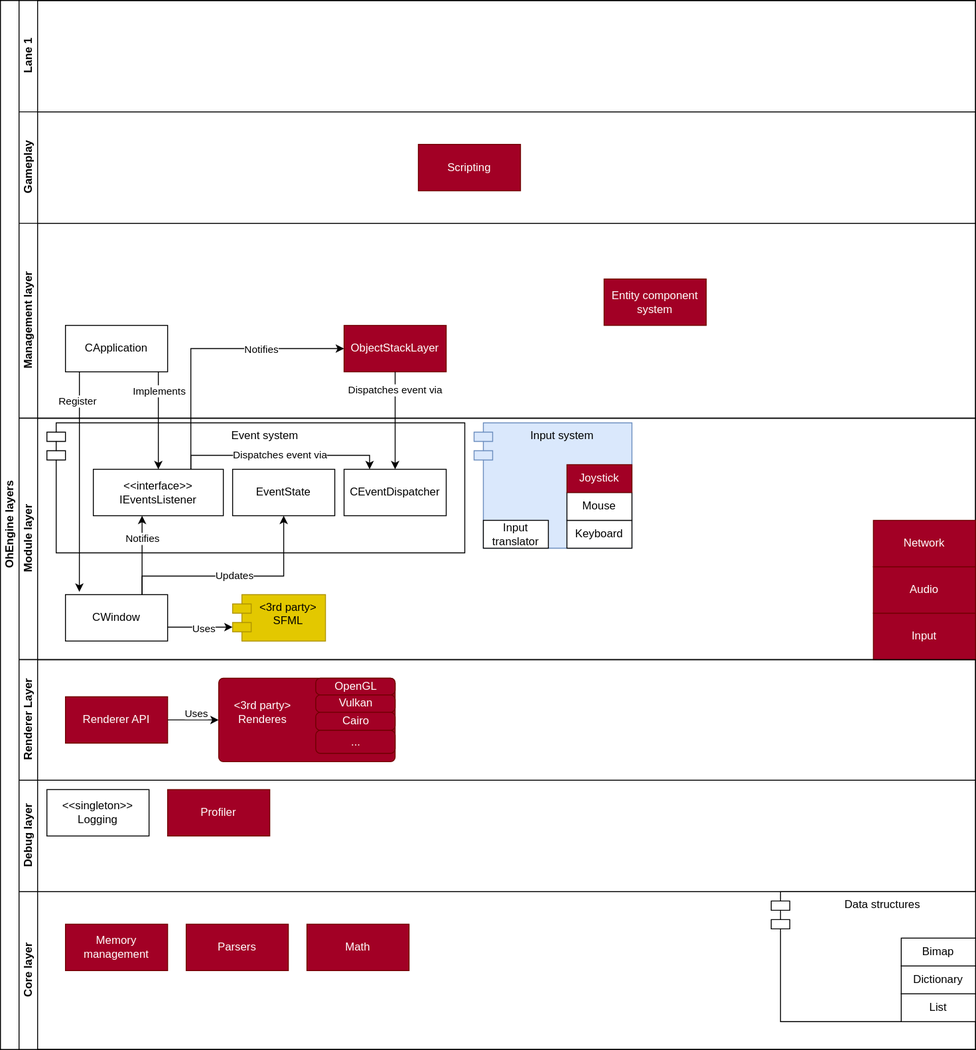
The draw.io diagram docs/LayerDiagram.svg in eHonnef/OhEngine, before a commit. Source tidied: cells renumbered, new cells last; positions are measured from the earlier drawing's top-left corner, leaving out a move shared by most shapes.
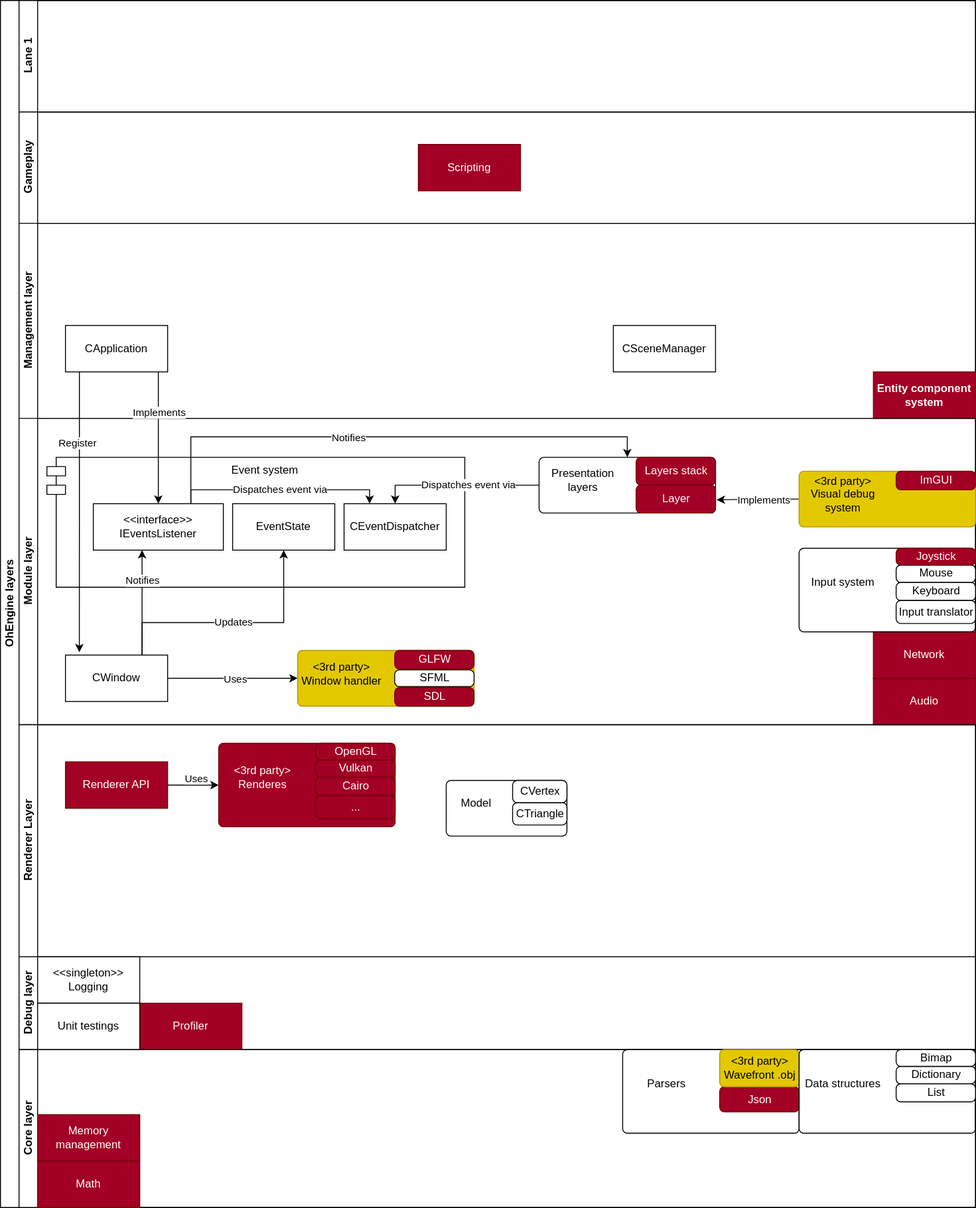
After the change.

Change to the diagram source:
```diff
@@ -5,3 +5,3 @@
     <mxCell id="2" value="OhEngine layers" style="swimlane;horizontal=0;startSize=20;html=1;" parent="1" vertex="1">
-      <mxGeometry width="1050" height="1130" as="geometry" />
+      <mxGeometry width="1050" height="1300" as="geometry" />
     </mxCell>
@@ -22,36 +22,22 @@
     </mxCell>
-    <mxCell id="8" value="Entity component system" style="html=1;whiteSpace=wrap;fillColor=#a20025;strokeColor=#6F0000;fontColor=#ffffff;" parent="6" vertex="1">
-      <mxGeometry x="630" y="60" width="110" height="50" as="geometry" />
+    <mxCell id="8" value="Entity component system" style="html=1;whiteSpace=wrap;fillColor=#a20025;strokeColor=#6F0000;fontColor=#ffffff;fontStyle=1;" parent="6" vertex="1">
+      <mxGeometry x="920" y="160" width="110" height="50" as="geometry" />
     </mxCell>
-    <mxCell id="9" value="ObjectStackLayer" style="html=1;whiteSpace=wrap;fillColor=#a20025;fontColor=#ffffff;strokeColor=#6F0000;" parent="6" vertex="1">
-      <mxGeometry x="350" y="110" width="110" height="50" as="geometry" />
-    </mxCell>
+    <mxCell id="58" value="CSceneManager" style="html=1;whiteSpace=wrap;" parent="6" vertex="1">
+      <mxGeometry x="640" y="110" width="110" height="50" as="geometry" />
+    </mxCell>
     <mxCell id="10" value="Module layer" style="swimlane;startSize=20;horizontal=0;html=1;" parent="2" vertex="1">
-      <mxGeometry x="20" y="450" width="1030" height="260" as="geometry" />
+      <mxGeometry x="20" y="450" width="1030" height="330" as="geometry" />
     </mxCell>
-    <mxCell id="11" style="edgeStyle=orthogonalEdgeStyle;rounded=0;jettySize=auto;html=1;entryX=0;entryY=0;entryDx=0;entryDy=35;entryPerimeter=0;" parent="10" edge="1" source="13" target="22">
-      <mxGeometry relative="1" as="geometry">
-        <Array as="points">
-          <mxPoint x="230" y="225" />
-          <mxPoint x="230" y="225" />
-        </Array>
-      </mxGeometry>
-    </mxCell>
-    <mxCell id="12" value="Uses" style="edgeLabel;html=1;align=center;verticalAlign=middle;" parent="11" vertex="1">
-      <mxGeometry x="0.09" y="-1" relative="1" as="geometry" />
-    </mxCell>
     <mxCell id="13" value="CWindow" style="html=1;whiteSpace=wrap;" parent="10" vertex="1">
-      <mxGeometry x="50" y="190" width="110" height="50" as="geometry" />
+      <mxGeometry x="50" y="255" width="110" height="50" as="geometry" />
     </mxCell>
-    <mxCell id="14" value="Input" style="html=1;whiteSpace=wrap;fillColor=#a20025;strokeColor=#6F0000;fontColor=#ffffff;" parent="10" vertex="1">
-      <mxGeometry x="920" y="210" width="110" height="50" as="geometry" />
-    </mxCell>
     <mxCell id="15" value="Audio" style="html=1;whiteSpace=wrap;fillColor=#a20025;strokeColor=#6F0000;fontColor=#ffffff;" parent="10" vertex="1">
-      <mxGeometry x="920" y="160" width="110" height="50" as="geometry" />
+      <mxGeometry x="920" y="280" width="110" height="50" as="geometry" />
     </mxCell>
     <mxCell id="16" value="Network" style="html=1;whiteSpace=wrap;fillColor=#a20025;strokeColor=#6F0000;fontColor=#ffffff;" parent="10" vertex="1">
-      <mxGeometry x="920" y="110" width="110" height="50" as="geometry" />
+      <mxGeometry x="920" y="230" width="110" height="50" as="geometry" />
     </mxCell>
     <mxCell id="17" value="Event system" style="shape=module;align=left;spacingLeft=20;align=center;verticalAlign=top;whiteSpace=wrap;html=1;" parent="10" vertex="1">
-      <mxGeometry x="30" y="5" width="450" height="140" as="geometry" />
+      <mxGeometry x="30" y="42" width="450" height="140" as="geometry" />
     </mxCell>
@@ -60,4 +46,4 @@
         <Array as="points">
-          <mxPoint x="185" y="40" />
-          <mxPoint x="378" y="40" />
+          <mxPoint x="185" y="77" />
+          <mxPoint x="378" y="77" />
         </Array>
@@ -66,3 +52,3 @@
     <mxCell id="19" value="&amp;lt;&amp;lt;interface&amp;gt;&amp;gt;&lt;br&gt;IEventsListener" style="html=1;whiteSpace=wrap;" parent="10" vertex="1">
-      <mxGeometry x="80" y="55" width="140" height="50" as="geometry" />
+      <mxGeometry x="80" y="92" width="140" height="50" as="geometry" />
     </mxCell>
@@ -77,9 +63,6 @@
     <mxCell id="21" value="CEventDispatcher" style="html=1;whiteSpace=wrap;" parent="10" vertex="1">
-      <mxGeometry x="350" y="55" width="110" height="50" as="geometry" />
+      <mxGeometry x="350" y="92" width="110" height="50" as="geometry" />
     </mxCell>
-    <mxCell id="22" value="&amp;lt;3rd party&amp;gt;&lt;br&gt;SFML" style="shape=module;align=left;spacingLeft=20;align=center;verticalAlign=top;whiteSpace=wrap;html=1;fillColor=#e3c800;fontColor=#000000;strokeColor=#B09500;" parent="10" vertex="1">
-      <mxGeometry x="230" y="190" width="100" height="50" as="geometry" />
-    </mxCell>
     <mxCell id="23" value="EventState" style="html=1;whiteSpace=wrap;" parent="10" vertex="1">
-      <mxGeometry x="230" y="55" width="110" height="50" as="geometry" />
+      <mxGeometry x="230" y="92" width="110" height="50" as="geometry" />
     </mxCell>
@@ -88,4 +71,4 @@
         <Array as="points">
-          <mxPoint x="133" y="170" />
-          <mxPoint x="285" y="170" />
+          <mxPoint x="133" y="220" />
+          <mxPoint x="285" y="220" />
         </Array>
@@ -93,19 +76,90 @@
     </mxCell>
+    <mxCell id="55" style="edgeStyle=orthogonalEdgeStyle;rounded=0;jettySize=auto;html=1;exitX=0.75;exitY=0;exitDx=0;exitDy=0;entryX=0.5;entryY=0;entryDx=0;entryDy=0;" parent="10" edge="1" source="19" target="65">
+      <mxGeometry relative="1" as="geometry">
+        <Array as="points">
+          <mxPoint x="185" y="20" />
+          <mxPoint x="655" y="20" />
+        </Array>
+      </mxGeometry>
+    </mxCell>
+    <mxCell id="56" value="Notifies" style="edgeLabel;html=1;align=center;verticalAlign=middle;" parent="55" vertex="1">
+      <mxGeometry x="0.29" y="-4" relative="1" as="geometry">
+        <mxPoint x="-122" y="-4" as="offset" />
+      </mxGeometry>
+    </mxCell>
+    <mxCell id="57" value="Dispatches event via" style="edgeStyle=orthogonalEdgeStyle;rounded=0;jettySize=auto;html=1;exitX=0;exitY=0.5;exitDx=0;exitDy=0;entryX=0.5;entryY=0;entryDx=0;entryDy=0;" parent="10" edge="1" source="65" target="21">
+      <mxGeometry x="-0.13" relative="1" as="geometry" />
+    </mxCell>
+    <mxCell id="11" style="edgeStyle=orthogonalEdgeStyle;rounded=0;jettySize=auto;html=1;entryX=0;entryY=0.5;entryDx=0;entryDy=0;" parent="10" edge="1" source="13" target="60">
+      <mxGeometry relative="1" as="geometry" />
+    </mxCell>
+    <mxCell id="12" value="Uses" style="edgeLabel;html=1;align=center;verticalAlign=middle;" parent="11" vertex="1">
+      <mxGeometry x="0.09" y="-1" relative="1" as="geometry">
+        <mxPoint x="-4" y="-1" as="offset" />
+      </mxGeometry>
+    </mxCell>
+    <mxCell id="59" style="rounded=1;absoluteArcSize=1;html=1;arcSize=10;fillColor=none;" parent="10" vertex="1">
+      <mxGeometry x="840" y="140" width="190" height="90" as="geometry" />
+    </mxCell>
-    <mxCell id="25" value="Input system" style="shape=module;align=left;spacingLeft=20;align=center;verticalAlign=top;whiteSpace=wrap;html=1;fillColor=#dae8fc;strokeColor=#6c8ebf;" parent="10" vertex="1">
-      <mxGeometry x="490" y="5" width="170" height="135" as="geometry" />
+    <mxCell id="25" value="Input system" style="html=1;shape=mxgraph.er.anchor;whiteSpace=wrap;fillColor=none;" parent="59" vertex="1">
+      <mxGeometry width="95" height="75" as="geometry" />
     </mxCell>
-    <mxCell id="26" value="Keyboard" style="html=1;whiteSpace=wrap;" parent="10" vertex="1">
-      <mxGeometry x="590" y="110" width="70" height="30" as="geometry" />
-    </mxCell>
-    <mxCell id="27" value="Mouse" style="html=1;whiteSpace=wrap;" parent="10" vertex="1">
-      <mxGeometry x="590" y="80" width="70" height="30" as="geometry" />
+    <mxCell id="27" value="Mouse" style="rounded=1;absoluteArcSize=1;html=1;arcSize=10;whiteSpace=wrap;" parent="59" vertex="1">
+      <mxGeometry x="104.5" y="18" width="85.5" height="18.7" as="geometry" />
     </mxCell>
-    <mxCell id="28" value="Joystick" style="html=1;whiteSpace=wrap;fillColor=#a20025;fontColor=#ffffff;strokeColor=#6F0000;" parent="10" vertex="1">
-      <mxGeometry x="590" y="50" width="70" height="30" as="geometry" />
+    <mxCell id="28" value="Joystick" style="rounded=1;absoluteArcSize=1;html=1;arcSize=10;whiteSpace=wrap;fillColor=#a20025;strokeColor=#6F0000;fontColor=#ffffff;" parent="59" vertex="1">
+      <mxGeometry x="104.5" width="85.5" height="18" as="geometry" />
     </mxCell>
+    <mxCell id="26" value="Keyboard" style="rounded=1;absoluteArcSize=1;html=1;arcSize=10;whiteSpace=wrap;" parent="59" vertex="1">
+      <mxGeometry x="104.5" y="36.7" width="85.5" height="19.5" as="geometry" />
+    </mxCell>
-    <mxCell id="29" value="Input translator" style="html=1;whiteSpace=wrap;" parent="10" vertex="1">
-      <mxGeometry x="500" y="110" width="70" height="30" as="geometry" />
+    <mxCell id="29" value="Input translator" style="rounded=1;absoluteArcSize=1;html=1;arcSize=10;whiteSpace=wrap;" parent="59" vertex="1">
+      <mxGeometry x="104.5" y="56.2" width="85.5" height="24.7" as="geometry" />
     </mxCell>
+    <mxCell id="60" style="rounded=1;absoluteArcSize=1;html=1;arcSize=10;fillColor=#e3c800;strokeColor=#B09500;fontColor=#000000;" parent="10" vertex="1">
+      <mxGeometry x="300" y="250" width="190" height="60" as="geometry" />
+    </mxCell>
+    <mxCell id="61" value="&amp;lt;3rd party&amp;gt;&lt;br&gt;Window handler" style="html=1;shape=mxgraph.er.anchor;whiteSpace=wrap;fontColor=#000000;" parent="60" vertex="1">
+      <mxGeometry width="95" height="50" as="geometry" />
+    </mxCell>
+    <mxCell id="62" value="SFML" style="rounded=1;absoluteArcSize=1;html=1;arcSize=10;whiteSpace=wrap;" parent="60" vertex="1">
+      <mxGeometry x="104.5" y="21" width="85.5" height="18" as="geometry" />
+    </mxCell>
+    <mxCell id="63" value="GLFW" style="rounded=1;absoluteArcSize=1;html=1;arcSize=10;whiteSpace=wrap;fillColor=#a20025;strokeColor=#6F0000;fontColor=#ffffff;" parent="60" vertex="1">
+      <mxGeometry x="104.5" width="85.5" height="20" as="geometry" />
+    </mxCell>
+    <mxCell id="64" value="SDL" style="rounded=1;absoluteArcSize=1;html=1;arcSize=10;whiteSpace=wrap;fillColor=#a20025;fontColor=#ffffff;strokeColor=#6F0000;" parent="60" vertex="1">
+      <mxGeometry x="104.5" y="40" width="85.5" height="20" as="geometry" />
+    </mxCell>
+    <mxCell id="65" style="rounded=1;absoluteArcSize=1;html=1;arcSize=10;fillColor=none;" parent="10" vertex="1">
+      <mxGeometry x="560" y="42" width="190" height="60" as="geometry" />
+    </mxCell>
+    <mxCell id="66" value="Presentation&lt;br&gt;layers" style="html=1;shape=mxgraph.er.anchor;whiteSpace=wrap;fillColor=none;" parent="65" vertex="1">
+      <mxGeometry width="95" height="50" as="geometry" />
+    </mxCell>
+    <mxCell id="67" value="Layers stack" style="rounded=1;absoluteArcSize=1;html=1;arcSize=10;whiteSpace=wrap;fillColor=#a20025;strokeColor=#6F0000;fontColor=#ffffff;" parent="65" vertex="1">
+      <mxGeometry x="104.5" width="85.5" height="30" as="geometry" />
+    </mxCell>
+    <mxCell id="68" value="Layer" style="rounded=1;absoluteArcSize=1;html=1;arcSize=10;whiteSpace=wrap;points=[];fillColor=#a20025;fontColor=#ffffff;strokeColor=#6F0000;" parent="65" vertex="1">
+      <mxGeometry x="104.5" y="30" width="85.5" height="30" as="geometry" />
+    </mxCell>
+    <mxCell id="69" style="edgeStyle=orthogonalEdgeStyle;rounded=0;jettySize=auto;html=1;entryX=1.014;entryY=0.528;entryDx=0;entryDy=0;entryPerimeter=0;" parent="10" edge="1" source="71" target="68">
+      <mxGeometry relative="1" as="geometry" />
+    </mxCell>
+    <mxCell id="70" value="Implements" style="edgeLabel;html=1;align=center;verticalAlign=middle;" parent="69" vertex="1">
+      <mxGeometry x="-0.28" y="-2" relative="1" as="geometry">
+        <mxPoint x="-7" y="2" as="offset" />
+      </mxGeometry>
+    </mxCell>
+    <mxCell id="71" style="rounded=1;absoluteArcSize=1;html=1;arcSize=10;fillColor=#e3c800;strokeColor=#B09500;fontColor=#000000;" parent="10" vertex="1">
+      <mxGeometry x="840" y="57" width="190" height="60" as="geometry" />
+    </mxCell>
+    <mxCell id="72" value="&amp;lt;3rd party&amp;gt;&lt;br&gt;Visual debug system" style="html=1;shape=mxgraph.er.anchor;whiteSpace=wrap;fontColor=#000000;" parent="71" vertex="1">
+      <mxGeometry width="95" height="50" as="geometry" />
+    </mxCell>
+    <mxCell id="73" value="ImGUI" style="rounded=1;absoluteArcSize=1;html=1;arcSize=10;whiteSpace=wrap;fillColor=#a20025;strokeColor=#6F0000;fontColor=#ffffff;" parent="71" vertex="1">
+      <mxGeometry x="104.5" width="85.5" height="20" as="geometry" />
+    </mxCell>
     <mxCell id="30" value="Renderer Layer" style="swimlane;startSize=20;horizontal=0;html=1;" parent="2" vertex="1">
-      <mxGeometry x="20" y="710" width="1030" height="130" as="geometry" />
+      <mxGeometry x="20" y="780" width="1030" height="250" as="geometry" />
     </mxCell>
@@ -140,35 +194,62 @@
     </mxCell>
+    <mxCell id="74" style="rounded=1;absoluteArcSize=1;html=1;arcSize=10;" parent="30" vertex="1">
+      <mxGeometry x="460" y="60" width="130" height="60" as="geometry" />
+    </mxCell>
+    <mxCell id="75" value="Model" style="html=1;shape=mxgraph.er.anchor;whiteSpace=wrap;" parent="74" vertex="1">
+      <mxGeometry width="65" height="50" as="geometry" />
+    </mxCell>
+    <mxCell id="76" value="CTriangle" style="rounded=1;absoluteArcSize=1;html=1;arcSize=10;whiteSpace=wrap;" parent="74" vertex="1">
+      <mxGeometry x="71.5" y="24" width="58.5" height="24" as="geometry" />
+    </mxCell>
+    <mxCell id="77" value="CVertex" style="rounded=1;absoluteArcSize=1;html=1;arcSize=10;whiteSpace=wrap;" parent="74" vertex="1">
+      <mxGeometry x="71.5" width="58.5" height="24" as="geometry" />
+    </mxCell>
     <mxCell id="40" value="Debug layer" style="swimlane;startSize=20;horizontal=0;html=1;" parent="2" vertex="1">
-      <mxGeometry x="20" y="840" width="1030" height="120" as="geometry" />
+      <mxGeometry x="20" y="1030" width="1030" height="100" as="geometry" />
     </mxCell>
     <mxCell id="41" value="&amp;lt;&amp;lt;singleton&amp;gt;&amp;gt;&lt;br&gt;Logging" style="html=1;whiteSpace=wrap;" parent="40" vertex="1">
-      <mxGeometry x="30" y="10" width="110" height="50" as="geometry" />
+      <mxGeometry x="20" width="110" height="50" as="geometry" />
     </mxCell>
     <mxCell id="42" value="Profiler" style="html=1;whiteSpace=wrap;fillColor=#a20025;strokeColor=#6F0000;fontColor=#ffffff;" parent="40" vertex="1">
-      <mxGeometry x="160" y="10" width="110" height="50" as="geometry" />
+      <mxGeometry x="130" y="50" width="110" height="50" as="geometry" />
     </mxCell>
+    <mxCell id="78" value="Unit testings" style="html=1;whiteSpace=wrap;" parent="40" vertex="1">
+      <mxGeometry x="20" y="50" width="110" height="50" as="geometry" />
+    </mxCell>
     <mxCell id="43" value="Core layer" style="swimlane;startSize=20;horizontal=0;html=1;" parent="2" vertex="1">
-      <mxGeometry x="20" y="960" width="1030" height="170" as="geometry" />
+      <mxGeometry x="20" y="1130" width="1030" height="170" as="geometry" />
     </mxCell>
     <mxCell id="44" value="Memory management" style="html=1;whiteSpace=wrap;fillColor=#a20025;strokeColor=#6F0000;fontColor=#ffffff;" parent="43" vertex="1">
-      <mxGeometry x="50" y="35" width="110" height="50" as="geometry" />
+      <mxGeometry x="20" y="70" width="110" height="50" as="geometry" />
     </mxCell>
+    <mxCell id="46" value="Math" style="html=1;whiteSpace=wrap;fillColor=#a20025;strokeColor=#6F0000;fontColor=#ffffff;" parent="43" vertex="1">
+      <mxGeometry x="20" y="120" width="110" height="50" as="geometry" />
+    </mxCell>
+    <mxCell id="79" style="rounded=1;absoluteArcSize=1;html=1;arcSize=10;fillColor=none;" parent="43" vertex="1">
+      <mxGeometry x="650" width="190" height="90" as="geometry" />
+    </mxCell>
-    <mxCell id="45" value="Parsers" style="html=1;whiteSpace=wrap;fillColor=#a20025;strokeColor=#6F0000;fontColor=#ffffff;" parent="43" vertex="1">
-      <mxGeometry x="180" y="35" width="110" height="50" as="geometry" />
+    <mxCell id="45" value="Parsers" style="html=1;shape=mxgraph.er.anchor;whiteSpace=wrap;fillColor=none;" parent="79" vertex="1">
+      <mxGeometry width="95" height="75" as="geometry" />
     </mxCell>
-    <mxCell id="46" value="Math" style="html=1;whiteSpace=wrap;fillColor=#a20025;strokeColor=#6F0000;fontColor=#ffffff;" parent="43" vertex="1">
-      <mxGeometry x="310" y="35" width="110" height="50" as="geometry" />
-    </mxCell>
+    <mxCell id="80" value="Json" style="rounded=1;absoluteArcSize=1;html=1;arcSize=10;whiteSpace=wrap;fillColor=#a20025;fontColor=#ffffff;strokeColor=#6F0000;" parent="79" vertex="1">
+      <mxGeometry x="104.5" y="40" width="85.5" height="27" as="geometry" />
+    </mxCell>
+    <mxCell id="81" value="&amp;lt;3rd party&amp;gt;&lt;br&gt;Wavefront .obj" style="rounded=1;absoluteArcSize=1;html=1;arcSize=10;whiteSpace=wrap;fillColor=#e3c800;strokeColor=#B09500;fontColor=#000000;" parent="79" vertex="1">
+      <mxGeometry x="104.5" width="85.5" height="40" as="geometry" />
+    </mxCell>
+    <mxCell id="82" style="rounded=1;absoluteArcSize=1;html=1;arcSize=10;fillColor=none;" parent="43" vertex="1">
+      <mxGeometry x="840" width="190" height="90" as="geometry" />
+    </mxCell>
-    <mxCell id="47" value="Data structures" style="shape=module;align=left;spacingLeft=20;align=center;verticalAlign=top;whiteSpace=wrap;html=1;" parent="43" vertex="1">
-      <mxGeometry x="810" width="220" height="140" as="geometry" />
+    <mxCell id="47" value="Data structures" style="html=1;shape=mxgraph.er.anchor;whiteSpace=wrap;fillColor=none;" parent="82" vertex="1">
+      <mxGeometry width="95" height="75" as="geometry" />
     </mxCell>
-    <mxCell id="48" value="List" style="html=1;whiteSpace=wrap;" parent="43" vertex="1">
-      <mxGeometry x="950" y="110" width="80" height="30" as="geometry" />
-    </mxCell>
-    <mxCell id="49" value="Dictionary" style="html=1;whiteSpace=wrap;" parent="43" vertex="1">
-      <mxGeometry x="950" y="80" width="80" height="30" as="geometry" />
+    <mxCell id="49" value="Dictionary" style="rounded=1;absoluteArcSize=1;html=1;arcSize=10;whiteSpace=wrap;" parent="82" vertex="1">
+      <mxGeometry x="104.5" y="18" width="85.5" height="18.7" as="geometry" />
     </mxCell>
-    <mxCell id="50" value="Bimap" style="html=1;whiteSpace=wrap;" parent="43" vertex="1">
-      <mxGeometry x="950" y="50" width="80" height="30" as="geometry" />
+    <mxCell id="50" value="Bimap" style="rounded=1;absoluteArcSize=1;html=1;arcSize=10;whiteSpace=wrap;" parent="82" vertex="1">
+      <mxGeometry x="104.5" width="85.5" height="18" as="geometry" />
     </mxCell>
+    <mxCell id="48" value="List" style="rounded=1;absoluteArcSize=1;html=1;arcSize=10;whiteSpace=wrap;" parent="82" vertex="1">
+      <mxGeometry x="104.5" y="36.7" width="85.5" height="19.5" as="geometry" />
+    </mxCell>
     <mxCell id="51" style="edgeStyle=orthogonalEdgeStyle;rounded=0;jettySize=auto;html=1;entryX=0.5;entryY=0;entryDx=0;entryDy=0;" parent="2" edge="1" source="7" target="19">
@@ -195,15 +276,6 @@
     <mxCell id="54" value="Register" style="edgeLabel;html=1;align=center;verticalAlign=middle;" parent="53" vertex="1">
-      <mxGeometry x="-0.74" y="-3" relative="1" as="geometry" />
+      <mxGeometry x="-0.74" y="-3" relative="1" as="geometry">
+        <mxPoint y="37" as="offset" />
+      </mxGeometry>
     </mxCell>
-    <mxCell id="55" style="edgeStyle=orthogonalEdgeStyle;rounded=0;jettySize=auto;html=1;exitX=0.75;exitY=0;exitDx=0;exitDy=0;entryX=0;entryY=0.5;entryDx=0;entryDy=0;" parent="2" edge="1" source="19" target="9">
-      <mxGeometry relative="1" as="geometry" />
-    </mxCell>
-    <mxCell id="56" value="Notifies" style="edgeLabel;html=1;align=center;verticalAlign=middle;" parent="55" vertex="1">
-      <mxGeometry x="0.29" y="-4" relative="1" as="geometry">
-        <mxPoint x="15" y="-4" as="offset" />
-      </mxGeometry>
-    </mxCell>
-    <mxCell id="57" value="Dispatches event via" style="edgeStyle=orthogonalEdgeStyle;rounded=0;jettySize=auto;html=1;exitX=0.5;exitY=1;exitDx=0;exitDy=0;entryX=0.5;entryY=0;entryDx=0;entryDy=0;" parent="2" edge="1" source="9" target="21">
-      <mxGeometry x="-0.62" relative="1" as="geometry" />
-    </mxCell>
   </root>
```
